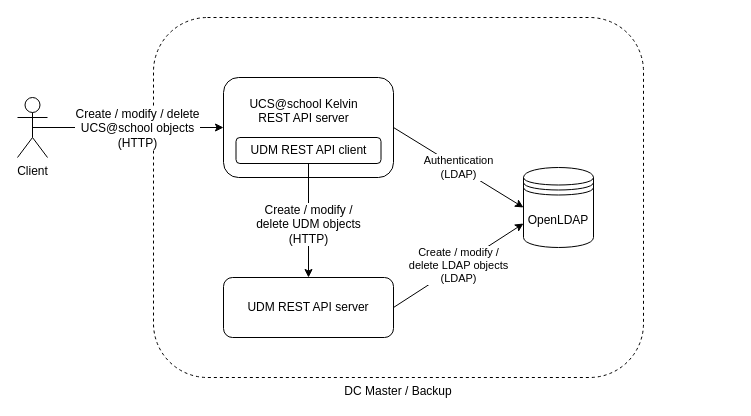
univention/ucsschool-kelvin-rest-api keeps this draw.io diagram as doc/docs/components.drawio. Above is the earlier version. Source tidied: cells renumbered, new cells numbered last; positions are measured from the earlier drawing's top-left corner, leaving out a move shared by most shapes. Both pictures are drawn from the tidied source at 100%, with x=0, y=0 at pixel (17, 17).
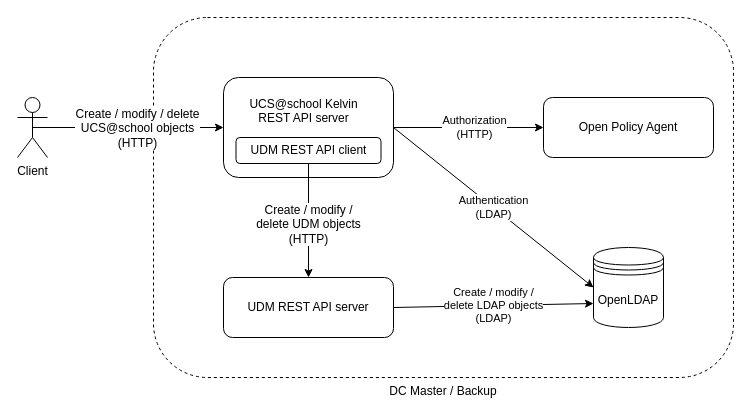
The same diagram, later.

Commit message (it also covers changes not shown here):
Bug #53960: add OPA to components docs (PNG instead of SVG, as it does not render correctly anymore)

Change to the diagram source:
```diff
@@
 <mxGraphModel>
   <root>
     <mxCell id="0" />
     <mxCell id="1" parent="0" />
     <mxCell id="2" value="DC Master / Backup" style="shape=ext;rounded=1;html=1;whiteSpace=wrap;labelPosition=center;verticalLabelPosition=bottom;align=center;verticalAlign=top;dashed=1;" parent="1" vertex="1">
-      <mxGeometry x="136" width="490" height="360" as="geometry" />
+      <mxGeometry x="136" width="580" height="360" as="geometry" />
     </mxCell>
     <mxCell id="3" value="&lt;font color=&quot;#000000&quot;&gt;Client&lt;/font&gt;" style="shape=umlActor;verticalLabelPosition=bottom;labelBackgroundColor=#ffffff;verticalAlign=top;html=1;outlineConnect=0;rounded=0;glass=0;comic=0;fillColor=none;gradientColor=none;fontColor=#006600;align=center;labelPosition=center;" parent="1" vertex="1">
       <mxGeometry y="80" width="30" height="60" as="geometry" />
     </mxCell>
     <mxCell id="4" value="OpenLDAP" style="shape=datastore;whiteSpace=wrap;html=1;labelPosition=center;verticalLabelPosition=middle;align=center;verticalAlign=middle;" parent="1" vertex="1">
-      <mxGeometry x="506" y="150" width="70" height="80" as="geometry" />
+      <mxGeometry x="576" y="230" width="70" height="80" as="geometry" />
     </mxCell>
     <mxCell id="5" value="UDM REST API server" style="shape=ext;rounded=1;html=1;whiteSpace=wrap;" parent="1" vertex="1">
       <mxGeometry x="206" y="260" width="170" height="60" as="geometry" />
     </mxCell>
     <mxCell id="6" style="endArrow=classic;html=1;exitX=0.5;exitY=0.5;exitDx=0;exitDy=0;exitPerimeter=0;entryX=0;entryY=0.5;entryDx=0;entryDy=0;" parent="1" edge="1" source="3" target="10">
       <mxGeometry relative="1" as="geometry" />
     </mxCell>
     <mxCell id="7" value="Create / modify / delete&lt;br&gt;UCS@school objects&lt;br&gt;(HTTP)" style="text;html=1;align=center;verticalAlign=middle;labelBackgroundColor=#ffffff;" parent="6" vertex="1">
       <mxGeometry x="-0.34" relative="1" as="geometry">
         <mxPoint x="41" as="offset" />
       </mxGeometry>
     </mxCell>
     <mxCell id="8" value="Authentication&lt;br&gt;(LDAP)" style="endArrow=classic;html=1;exitX=1;exitY=0.5;exitDx=0;exitDy=0;entryX=0;entryY=0.5;entryDx=0;entryDy=0;" parent="1" edge="1" source="10" target="4">
       <mxGeometry relative="1" as="geometry" />
     </mxCell>
     <mxCell id="9" value="Create / modify /&lt;br&gt;delete LDAP objects&lt;br&gt;(LDAP)" style="endArrow=classic;html=1;exitX=1;exitY=0.5;exitDx=0;exitDy=0;entryX=0;entryY=0.7;entryDx=0;entryDy=0;" parent="1" edge="1" source="5" target="4">
       <mxGeometry relative="1" as="geometry" />
     </mxCell>
+    <mxCell id="15" value="Authorization&lt;br&gt;(HTTP)" style="edgeStyle=orthogonalEdgeStyle;rounded=0;jettySize=auto;html=1;entryX=0;entryY=0.5;entryDx=0;entryDy=0;" parent="1" edge="1" source="10" target="16">
+      <mxGeometry x="0.08" relative="1" as="geometry" />
+    </mxCell>
     <mxCell id="10" style="shape=ext;rounded=1;html=1;whiteSpace=wrap;" parent="1" vertex="1">
       <mxGeometry x="206" y="60" width="170" height="100" as="geometry" />
     </mxCell>
     <mxCell id="11" value="UDM REST API client" style="shape=ext;rounded=1;html=1;whiteSpace=wrap;labelPosition=center;verticalLabelPosition=middle;align=center;verticalAlign=middle;" parent="1" vertex="1">
       <mxGeometry x="218.5" y="120" width="145" height="26" as="geometry" />
     </mxCell>
     <mxCell id="12" style="endArrow=classic;html=1;entryX=0.5;entryY=0;entryDx=0;entryDy=0;exitX=0.5;exitY=1;exitDx=0;exitDy=0;" parent="1" edge="1" source="11" target="5">
       <mxGeometry relative="1" as="geometry" />
     </mxCell>
     <mxCell id="13" value="Create / modify /&lt;br&gt;delete UDM objects&lt;br&gt;(HTTP)" style="text;html=1;align=center;verticalAlign=middle;labelBackgroundColor=#ffffff;labelBorderColor=none;" parent="12" vertex="1">
       <mxGeometry x="0.14" y="-1" relative="1" as="geometry">
         <mxPoint y="-5" as="offset" />
       </mxGeometry>
     </mxCell>
     <mxCell id="14" value="UCS@school Kelvin&lt;br&gt;REST API server" style="text;html=1;align=center;" parent="1" vertex="1">
       <mxGeometry x="226" y="73" width="120" height="40" as="geometry" />
     </mxCell>
+    <mxCell id="16" value="Open Policy Agent" style="shape=ext;rounded=1;html=1;whiteSpace=wrap;" parent="1" vertex="1">
+      <mxGeometry x="526" y="80" width="170" height="60" as="geometry" />
+    </mxCell>
   </root>
 </mxGraphModel>
```
